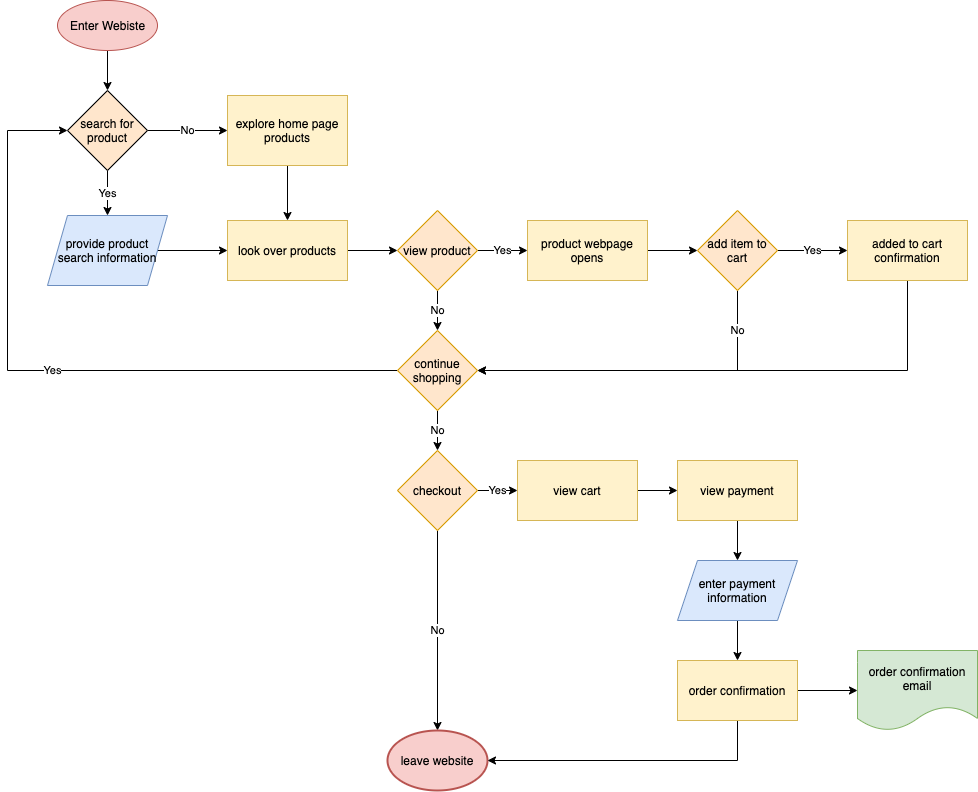
This is part2/part2.drawio.png from EthanWadsworth/sp21-cse110-lab4, a draw.io export, as it was before one commit. Source tidied: cells renumbered, new cells last; positions are measured from the earlier drawing's top-left corner, leaving out a move shared by most shapes.
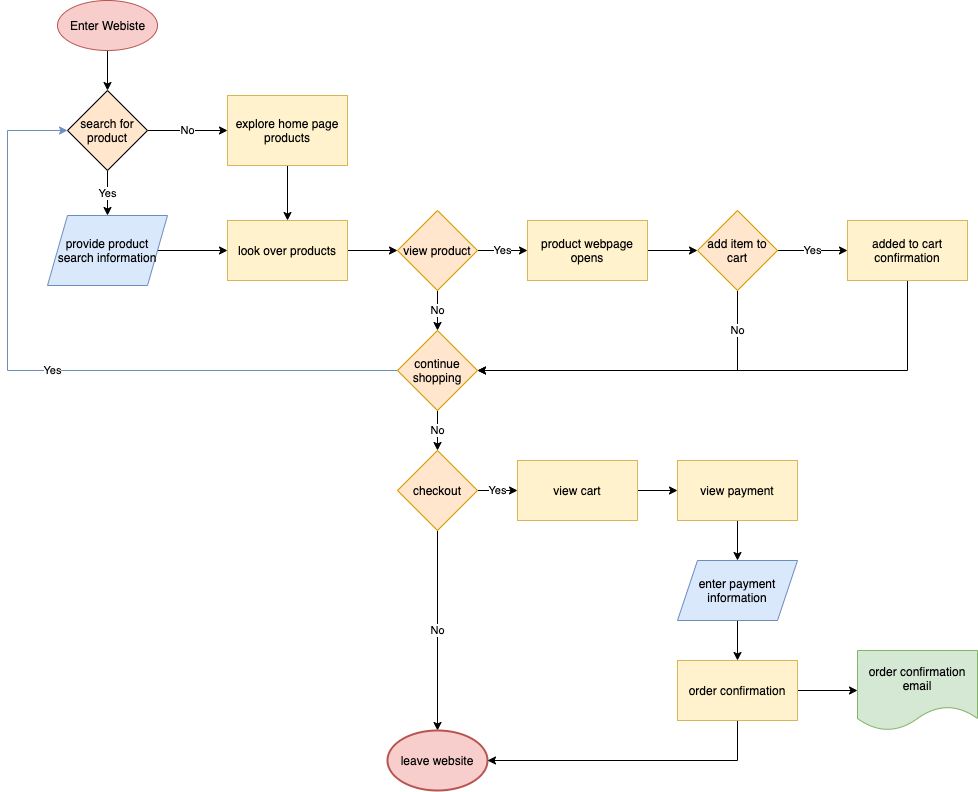
Later version of the same file.

What changed in the source:
```diff
@@ -14,7 +14,7 @@
     <mxCell id="5" value="explore home page products" style="rounded=0;whiteSpace=wrap;html=1;fillColor=#fff2cc;strokeColor=#d6b656;fontColor=#000000;" parent="1" vertex="1">
       <mxGeometry x="220" y="95" width="120" height="70" as="geometry" />
     </mxCell>
-    <mxCell id="6" value="Yes" style="edgeStyle=orthogonalEdgeStyle;rounded=0;jettySize=auto;html=1;exitX=0;exitY=0.5;exitDx=0;exitDy=0;entryX=0;entryY=0.5;entryDx=0;entryDy=0;strokeColor=#000000;fontColor=#000000;" parent="1" edge="1" source="8" target="23">
+    <mxCell id="6" value="Yes" style="edgeStyle=orthogonalEdgeStyle;rounded=0;jettySize=auto;html=1;exitX=0;exitY=0.5;exitDx=0;exitDy=0;entryX=0;entryY=0.5;entryDx=0;entryDy=0;strokeColor=#6c8ebf;fontColor=#000000;fillColor=#dae8fc;" parent="1" edge="1" source="8" target="23">
       <mxGeometry relative="1" as="geometry">
         <Array as="points">
           <mxPoint y="370" />
```
